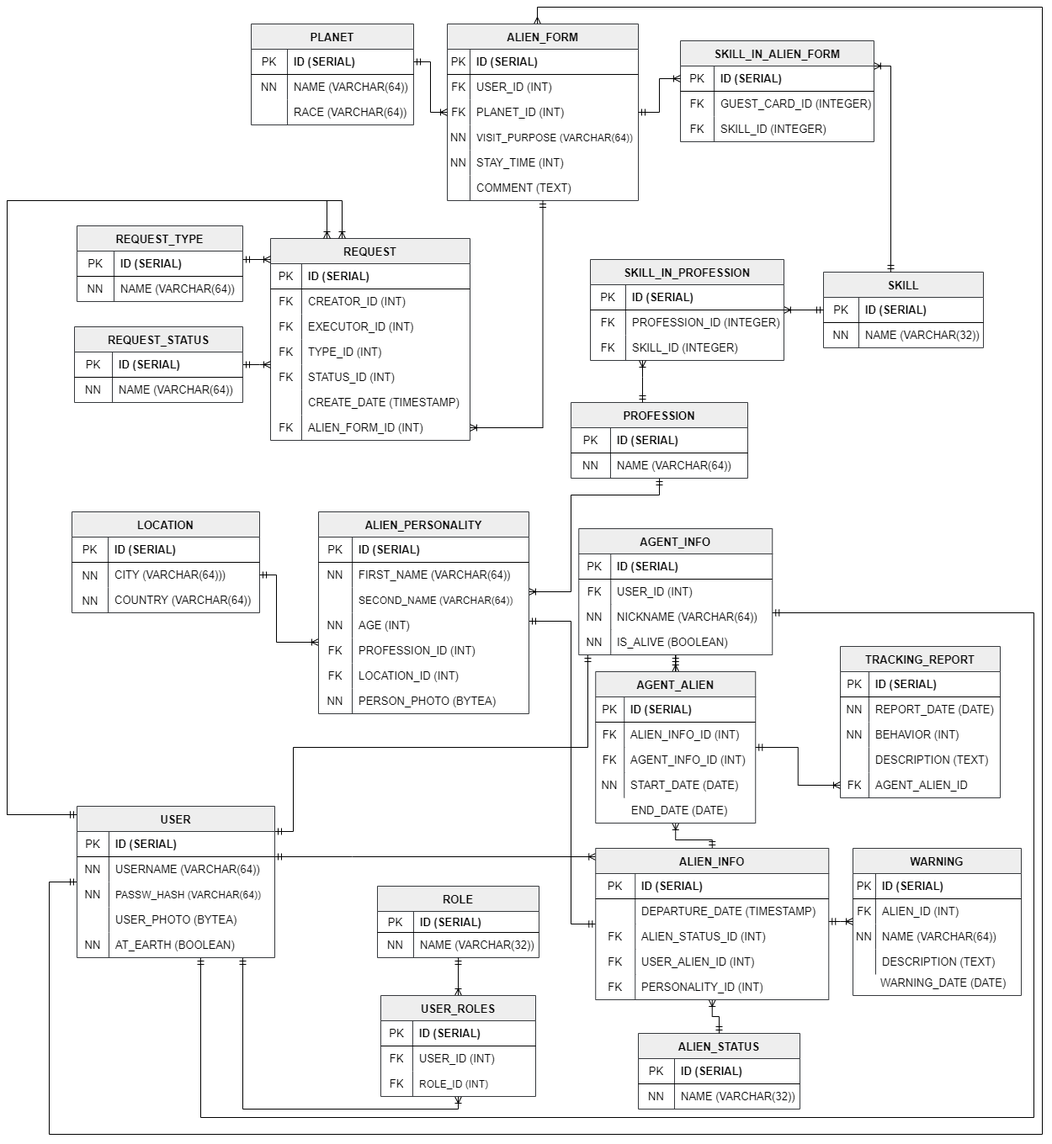
Before: data_model_cw.png, a diagram exported from draw.io (mondayish/db_coursework3). Source tidied: cells renumbered, new cells last; positions are measured from the earlier drawing's top-left corner, leaving out a move shared by most shapes.
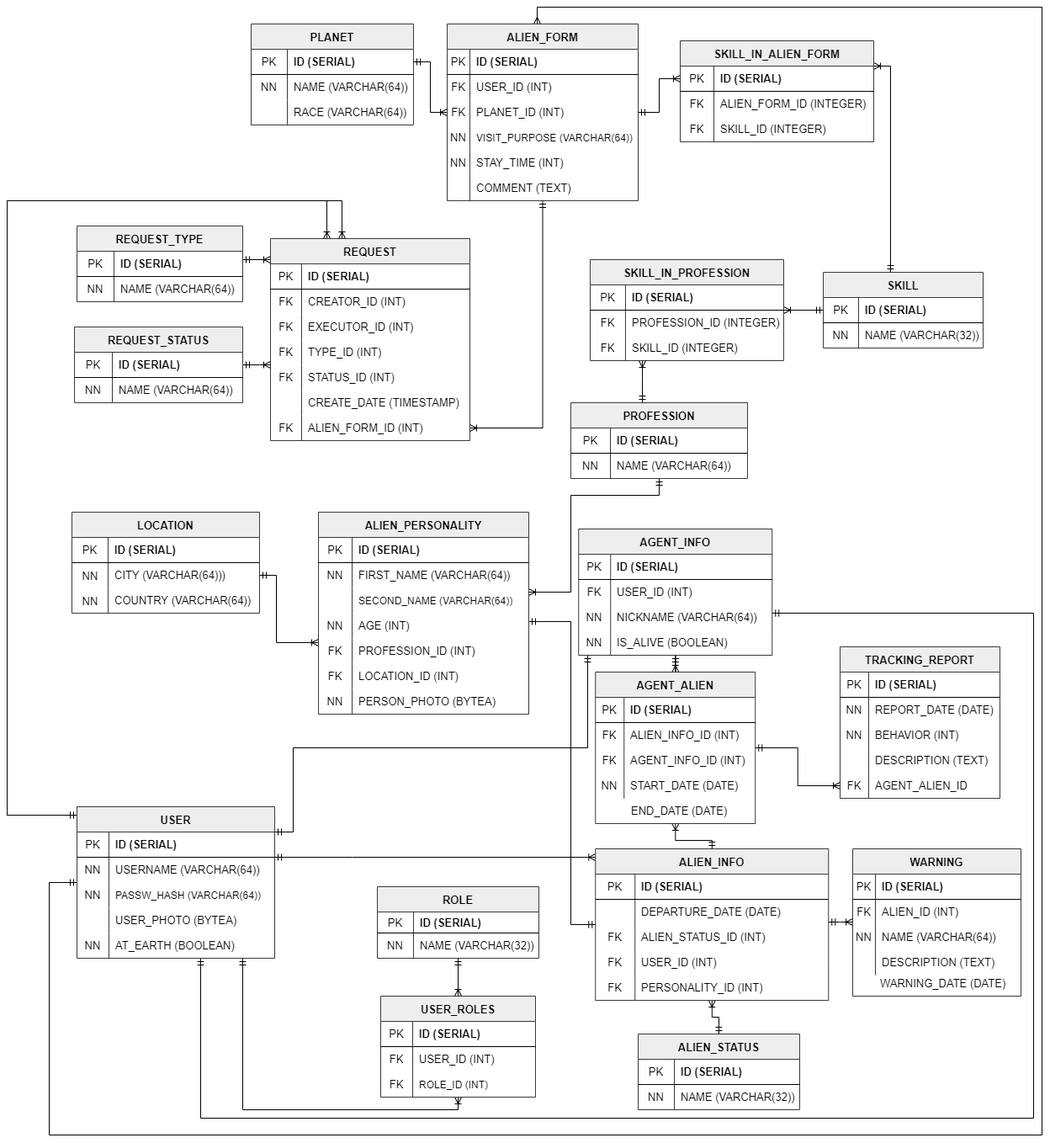
After the change.

What changed in the source:
```diff
@@ -513,7 +513,7 @@
     <mxCell id="149" value="FK" style="shape=partialRectangle;html=1;whiteSpace=wrap;fillColor=none;top=0;left=0;bottom=0;right=0;overflow=hidden;fontSize=13;fontColor=default;" parent="148" vertex="1">
       <mxGeometry width="40" height="30" as="geometry" />
     </mxCell>
-    <mxCell id="150" value="GUEST_CARD_ID&amp;nbsp;(INTEGER)" style="shape=partialRectangle;html=1;whiteSpace=wrap;fillColor=none;top=0;left=0;bottom=0;right=0;align=left;spacingLeft=6;overflow=hidden;fontSize=13;fontColor=default;" parent="148" vertex="1">
+    <mxCell id="150" value="ALIEN_FORM_ID&amp;nbsp;(INTEGER)" style="shape=partialRectangle;html=1;whiteSpace=wrap;fillColor=none;top=0;left=0;bottom=0;right=0;align=left;spacingLeft=6;overflow=hidden;fontSize=13;fontColor=default;" parent="148" vertex="1">
       <mxGeometry x="40" width="190" height="30" as="geometry" />
     </mxCell>
     <mxCell id="151" style="shape=partialRectangle;html=1;whiteSpace=wrap;fillColor=none;top=0;left=0;bottom=0;right=0;fontSize=13;fontColor=default;" parent="144" vertex="1">
@@ -630,7 +630,7 @@
     <mxCell id="183" style="shape=partialRectangle;html=1;whiteSpace=wrap;fillColor=none;top=0;left=0;bottom=0;right=0;overflow=hidden;fontSize=13;fontColor=default;" parent="182" vertex="1">
       <mxGeometry width="47" height="30" as="geometry" />
     </mxCell>
-    <mxCell id="184" value="DEPARTURE_DATE (TIMESTAMP)" style="shape=partialRectangle;html=1;whiteSpace=wrap;fillColor=none;top=0;left=0;bottom=0;right=0;align=left;spacingLeft=6;overflow=hidden;fontSize=13;fontColor=default;" parent="182" vertex="1">
+    <mxCell id="184" value="DEPARTURE_DATE (DATE)" style="shape=partialRectangle;html=1;whiteSpace=wrap;fillColor=none;top=0;left=0;bottom=0;right=0;align=left;spacingLeft=6;overflow=hidden;fontSize=13;fontColor=default;" parent="182" vertex="1">
       <mxGeometry x="47" width="230" height="30" as="geometry" />
     </mxCell>
     <mxCell id="185" style="shape=partialRectangle;html=1;whiteSpace=wrap;fillColor=none;top=0;left=0;bottom=0;right=0;fontSize=13;fontColor=default;" parent="178" vertex="1">
@@ -648,7 +648,7 @@
     <mxCell id="189" value="FK" style="shape=partialRectangle;html=1;whiteSpace=wrap;fillColor=none;top=0;left=0;bottom=0;right=0;overflow=hidden;fontSize=13;fontColor=default;" parent="188" vertex="1">
       <mxGeometry width="47" height="30" as="geometry" />
     </mxCell>
-    <mxCell id="190" value="USER_ALIEN_ID (INT)" style="shape=partialRectangle;html=1;whiteSpace=wrap;fillColor=none;top=0;left=0;bottom=0;right=0;align=left;spacingLeft=6;overflow=hidden;fontSize=13;fontColor=default;" parent="188" vertex="1">
+    <mxCell id="190" value="USER_ID (INT)" style="shape=partialRectangle;html=1;whiteSpace=wrap;fillColor=none;top=0;left=0;bottom=0;right=0;align=left;spacingLeft=6;overflow=hidden;fontSize=13;fontColor=default;" parent="188" vertex="1">
       <mxGeometry x="47" width="230" height="30" as="geometry" />
     </mxCell>
     <mxCell id="191" style="shape=partialRectangle;html=1;whiteSpace=wrap;fillColor=none;top=0;left=0;bottom=0;right=0;fontSize=13;fontColor=default;" parent="178" vertex="1">
```
